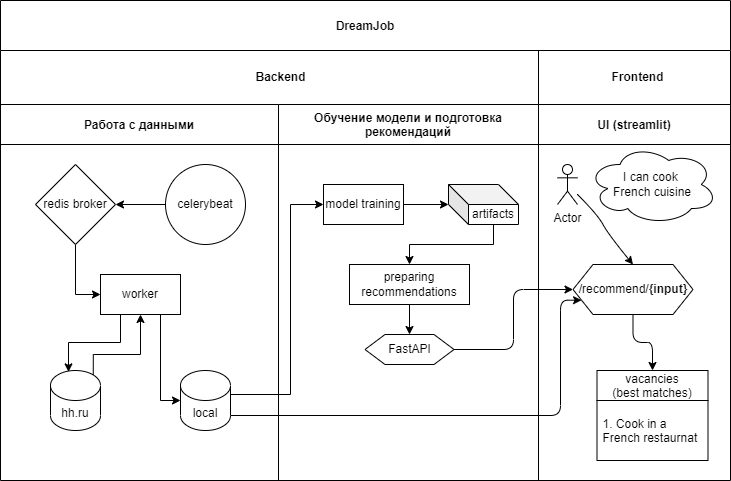
Earlier version of the draw.io export streamlit/pictures/schema.png (Sarvar-Anvarov/dreamjob). Source tidied: cells renumbered, new cells last; positions are measured from the earlier drawing's top-left corner, leaving out a move shared by most shapes.
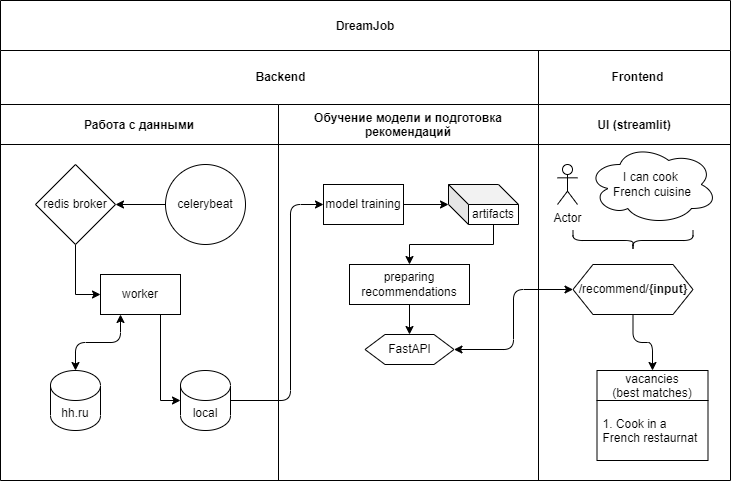
After the change.

What changed in the source:
```diff
@@ -29,14 +29,6 @@
     <mxCell id="10" value="local" style="shape=cylinder3;whiteSpace=wrap;html=1;boundedLbl=1;backgroundOutline=1;size=15;" parent="9" vertex="1">
       <mxGeometry x="180" y="266" width="50" height="60" as="geometry" />
     </mxCell>
-    <mxCell id="11" style="edgeStyle=orthogonalEdgeStyle;rounded=0;jettySize=auto;html=1;exitX=0.855;exitY=0;exitDx=0;exitDy=4.35;exitPerimeter=0;entryX=0.5;entryY=1;entryDx=0;entryDy=0;" parent="9" edge="1" source="12" target="19">
-      <mxGeometry relative="1" as="geometry">
-        <Array as="points">
-          <mxPoint x="93" y="250" />
-          <mxPoint x="140" y="250" />
-        </Array>
-      </mxGeometry>
-    </mxCell>
     <mxCell id="12" value="hh.ru" style="shape=cylinder3;whiteSpace=wrap;html=1;boundedLbl=1;backgroundOutline=1;size=15;" parent="9" vertex="1">
       <mxGeometry x="50" y="266" width="50" height="60" as="geometry" />
     </mxCell>
@@ -55,7 +47,7 @@
     <mxCell id="17" style="edgeStyle=orthogonalEdgeStyle;rounded=0;jettySize=auto;html=1;exitX=0.75;exitY=1;exitDx=0;exitDy=0;entryX=0;entryY=0.5;entryDx=0;entryDy=0;entryPerimeter=0;" parent="9" edge="1" source="19" target="10">
       <mxGeometry relative="1" as="geometry" />
     </mxCell>
-    <mxCell id="18" style="edgeStyle=orthogonalEdgeStyle;rounded=0;jettySize=auto;html=1;exitX=0.25;exitY=1;exitDx=0;exitDy=0;entryX=0.36;entryY=0.023;entryDx=0;entryDy=0;entryPerimeter=0;" parent="9" edge="1" source="19" target="12">
+    <mxCell id="18" style="edgeStyle=orthogonalEdgeStyle;rounded=1;jumpStyle=none;jettySize=auto;html=1;exitX=0.25;exitY=1;exitDx=0;exitDy=0;entryX=0.5;entryY=0;entryDx=0;entryDy=0;entryPerimeter=0;startArrow=classic;startFill=1;elbow=vertical;" parent="9" edge="1" source="19" target="12">
       <mxGeometry relative="1" as="geometry" />
     </mxCell>
     <mxCell id="19" value="worker" style="rounded=0;whiteSpace=wrap;html=1;" parent="9" vertex="1">
@@ -91,14 +83,6 @@
     <mxCell id="29" value="Actor" style="shape=umlActor;verticalLabelPosition=bottom;verticalAlign=top;html=1;outlineConnect=0;" parent="28" vertex="1">
       <mxGeometry x="19" y="60" width="20" height="40" as="geometry" />
     </mxCell>
-    <mxCell id="30" style="curved=1;endArrow=classic;html=1;rounded=1;elbow=vertical;jumpStyle=none;entryX=0.5;entryY=0;entryDx=0;entryDy=0;" parent="28" edge="1" source="29" target="33">
-      <mxGeometry relative="1" as="geometry">
-        <Array as="points">
-          <mxPoint x="59" y="110" />
-          <mxPoint x="70" y="130" />
-        </Array>
-      </mxGeometry>
-    </mxCell>
     <mxCell id="31" value="I can cook&amp;nbsp;&lt;br&gt;French cuisine" style="ellipse;shape=cloud;whiteSpace=wrap;html=1;" parent="28" vertex="1">
       <mxGeometry x="49" y="40" width="130" height="80" as="geometry" />
     </mxCell>
@@ -114,24 +98,19 @@
     <mxCell id="35" value="1. Cook in a&#10;French restaurnat " style="text;strokeColor=none;fillColor=none;align=left;verticalAlign=middle;spacingLeft=4;spacingRight=4;overflow=hidden;" parent="34" vertex="1">
       <mxGeometry y="30" width="111" height="60" as="geometry" />
     </mxCell>
+    <mxCell id="39" style="shape=curlyBracket;whiteSpace=wrap;html=1;rounded=1;flipH=1;size=0.5;rotation=90;" parent="28" vertex="1">
+      <mxGeometry x="84.5" y="76" width="20" height="120" as="geometry" />
+    </mxCell>
+    <mxCell id="37" style="edgeStyle=orthogonalEdgeStyle;rounded=1;jumpStyle=none;jettySize=auto;html=1;entryX=0;entryY=0.5;entryDx=0;entryDy=0;elbow=vertical;startArrow=classic;startFill=1;" parent="8" edge="1" source="27" target="33">
+      <mxGeometry relative="1" as="geometry" />
+    </mxCell>
-    <mxCell id="36" style="edgeStyle=orthogonalEdgeStyle;rounded=0;jettySize=auto;html=1;entryX=0;entryY=0.5;entryDx=0;entryDy=0;" parent="8" edge="1" source="10" target="22">
+    <mxCell id="36" style="edgeStyle=orthogonalEdgeStyle;rounded=1;jumpStyle=none;jettySize=auto;html=1;entryX=0;entryY=0.5;entryDx=0;entryDy=0;elbow=vertical;" parent="8" edge="1" source="10" target="22">
       <mxGeometry relative="1" as="geometry">
         <Array as="points">
-          <mxPoint x="290" y="290" />
+          <mxPoint x="290" y="296" />
           <mxPoint x="290" y="100" />
         </Array>
       </mxGeometry>
     </mxCell>
-    <mxCell id="37" style="edgeStyle=orthogonalEdgeStyle;rounded=1;jumpStyle=none;jettySize=auto;html=1;entryX=0;entryY=0.5;entryDx=0;entryDy=0;elbow=vertical;" parent="8" edge="1" source="27" target="33">
-      <mxGeometry relative="1" as="geometry" />
-    </mxCell>
-    <mxCell id="38" style="edgeStyle=orthogonalEdgeStyle;rounded=1;jumpStyle=none;jettySize=auto;html=1;exitX=1;exitY=1;exitDx=0;exitDy=-15;exitPerimeter=0;entryX=0;entryY=0.75;entryDx=0;entryDy=0;elbow=vertical;" parent="8" edge="1" source="10" target="33">
-      <mxGeometry relative="1" as="geometry">
-        <Array as="points">
-          <mxPoint x="560" y="311" />
-          <mxPoint x="560" y="196" />
-        </Array>
-      </mxGeometry>
-    </mxCell>
   </root>
 </mxGraphModel>
```
